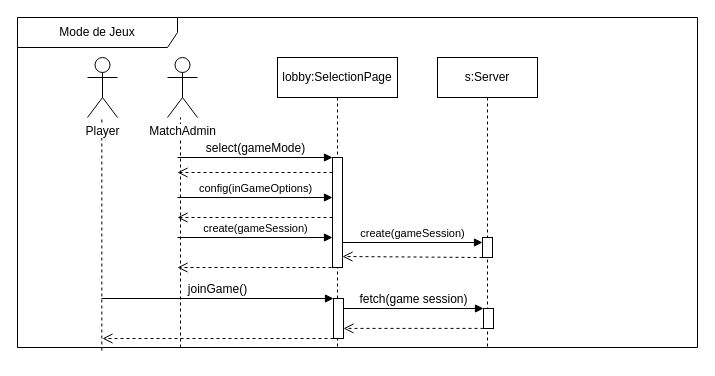
Earlier version of the draw.io diagram page "diagramme_seq_mode" (9 of 10) of doc/diagrammes.drawio (margielamob/Cherches-Trouves-Gagnes). Source tidied: cells renumbered, new cells numbered last; positions are measured from the earlier drawing's top-left corner, leaving out a move shared by most shapes. Both pictures are drawn from the tidied source at 100%, with x=0, y=0 at pixel (17, 17).
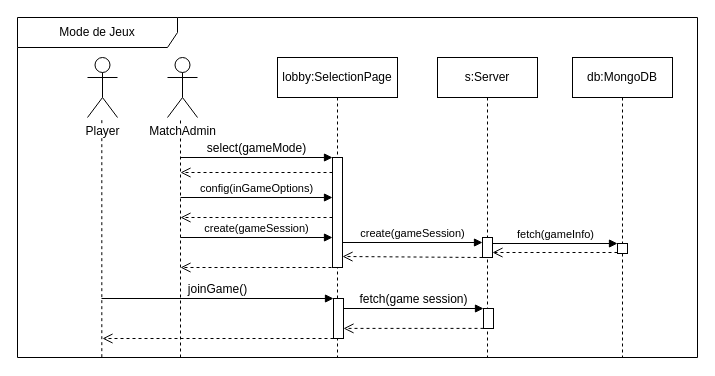
Above is the later version.

The change refers to these unchanged cells:
```xml
<mxCell id="5" style="html=1;points=[[0,0,0,0,5],[0,1,0,0,-5],[1,0,0,0,5],[1,1,0,0,-5]];perimeter=orthogonalPerimeter;outlineConnect=0;targetShapes=umlLifeline;portConstraint=eastwest;newEdgeStyle={&quot;curved&quot;:0,&quot;rounded&quot;:0};strokeColor=default;fontFamily=Helvetica;fontSize=12;fontColor=default;fillColor=default;" parent="4" vertex="1">
  <mxGeometry x="55" y="100" width="10" height="110" as="geometry" />
</mxCell>
<mxCell id="10" style="html=1;points=[[0,0,0,0,5],[0,1,0,0,-5],[1,0,0,0,5],[1,1,0,0,-5]];perimeter=orthogonalPerimeter;outlineConnect=0;targetShapes=umlLifeline;portConstraint=eastwest;newEdgeStyle={&quot;curved&quot;:0,&quot;rounded&quot;:0};" parent="8" vertex="1">
  <mxGeometry x="45" y="180" width="10" height="20" as="geometry" />
</mxCell>
<mxCell id="11" value="MatchAdmin" style="shape=umlActor;verticalLabelPosition=bottom;verticalAlign=top;html=1;labelBackgroundColor=default;" parent="2" vertex="1">
  <mxGeometry x="150" y="40" width="30" height="60" as="geometry" />
</mxCell>
<mxCell id="13" value="Player" style="shape=umlActor;verticalLabelPosition=bottom;verticalAlign=top;html=1;strokeColor=default;fontFamily=Helvetica;fontSize=12;fontColor=default;fillColor=default;labelBackgroundColor=default;" parent="2" vertex="1">
  <mxGeometry x="70" y="40" width="30" height="60" as="geometry" />
</mxCell>
```

Diff of the diagram source:
```diff
@@
     <mxCell id="2" value="Mode de Jeux" style="shape=umlFrame;whiteSpace=wrap;html=1;width=160;" parent="1" vertex="1">
-      <mxGeometry width="680" height="330" as="geometry" />
+      <mxGeometry width="680" height="340" as="geometry" />
     </mxCell>
     <mxCell id="3" style="endArrow=none;dashed=1;html=1;rounded=0;orthogonal=1;" parent="2" edge="1" target="11">
       <mxGeometry relative="1" as="geometry">
-        <mxPoint x="163" y="330" as="sourcePoint" />
+        <mxPoint x="163" y="340" as="sourcePoint" />
       </mxGeometry>
     </mxCell>
     <mxCell id="4" value="lobby:SelectionPage" style="shape=umlLifeline;perimeter=lifelinePerimeter;whiteSpace=wrap;html=1;newEdgeStyle={&quot;edgeStyle&quot;:&quot;elbowEdgeStyle&quot;,&quot;elbow&quot;:&quot;vertical&quot;,&quot;curved&quot;:0,&quot;rounded&quot;:0};" parent="2" vertex="1">
-      <mxGeometry x="260" y="40" width="120" height="290" as="geometry" />
+      <mxGeometry x="260" y="40" width="120" height="300" as="geometry" />
     </mxCell>
@@
     <mxCell id="8" value="s:Server" style="shape=umlLifeline;perimeter=lifelinePerimeter;whiteSpace=wrap;html=1;newEdgeStyle={&quot;edgeStyle&quot;:&quot;elbowEdgeStyle&quot;,&quot;elbow&quot;:&quot;vertical&quot;,&quot;curved&quot;:0,&quot;rounded&quot;:0};" parent="2" vertex="1">
-      <mxGeometry x="420" y="40" width="100" height="290" as="geometry" />
+      <mxGeometry x="420" y="40" width="100" height="300" as="geometry" />
     </mxCell>
@@
-    <mxCell id="12" style="endArrow=none;dashed=1;html=1;rounded=0;labelBackgroundColor=default;strokeColor=default;fontFamily=Helvetica;fontSize=12;fontColor=default;shape=connector;exitX=0.124;exitY=1.009;exitDx=0;exitDy=0;exitPerimeter=0;orthogonal=1;" parent="2" edge="1" source="2" target="13">
+    <mxCell id="12" style="endArrow=none;dashed=1;html=1;rounded=0;labelBackgroundColor=default;strokeColor=default;fontFamily=Helvetica;fontSize=12;fontColor=default;shape=connector;exitX=0.124;exitY=0.999;exitDx=0;exitDy=0;exitPerimeter=0;orthogonal=1;" parent="2" edge="1" source="2" target="13">
       <mxGeometry relative="1" as="geometry" />
     </mxCell>
@@
     <mxCell id="17" style="html=1;verticalAlign=bottom;endArrow=open;dashed=1;endSize=8;curved=0;rounded=0;labelBackgroundColor=default;strokeColor=default;fontFamily=Helvetica;fontSize=12;fontColor=default;shape=connector;" parent="2" edge="1">
       <mxGeometry relative="1" as="geometry">
         <mxPoint x="315" y="155" as="sourcePoint" />
-        <mxPoint x="160" y="155" as="targetPoint" />
+        <mxPoint x="163" y="155" as="targetPoint" />
       </mxGeometry>
     </mxCell>
     <mxCell id="18" value="config(inGameOptions)" style="html=1;verticalAlign=bottom;endArrow=block;curved=0;rounded=0;" parent="2" edge="1" target="5">
       <mxGeometry relative="1" as="geometry">
-        <mxPoint x="160" y="180" as="sourcePoint" />
+        <mxPoint x="163" y="180" as="sourcePoint" />
       </mxGeometry>
     </mxCell>
     <mxCell id="19" style="html=1;verticalAlign=bottom;endArrow=open;dashed=1;endSize=8;curved=0;rounded=0;labelBackgroundColor=default;strokeColor=default;fontFamily=Helvetica;fontSize=12;fontColor=default;shape=connector;" parent="2" edge="1">
       <mxGeometry relative="1" as="geometry">
         <mxPoint x="315" y="200" as="sourcePoint" />
-        <mxPoint x="160" y="200" as="targetPoint" />
+        <mxPoint x="163" y="200" as="targetPoint" />
       </mxGeometry>
     </mxCell>
@@
     <mxCell id="21" value="create(gameSession)" style="html=1;verticalAlign=bottom;endArrow=block;curved=0;rounded=0;" parent="2" edge="1">
       <mxGeometry relative="1" as="geometry">
-        <mxPoint x="160" y="220" as="sourcePoint" />
+        <mxPoint x="163" y="220" as="sourcePoint" />
         <mxPoint x="315" y="220" as="targetPoint" />
       </mxGeometry>
     </mxCell>
@@
     <mxCell id="23" style="html=1;verticalAlign=bottom;endArrow=open;dashed=1;endSize=8;curved=0;rounded=0;exitX=0;exitY=1;exitDx=0;exitDy=-5;" parent="2" edge="1">
       <mxGeometry relative="1" as="geometry">
         <mxPoint x="320" y="250" as="sourcePoint" />
-        <mxPoint x="160" y="250" as="targetPoint" />
+        <mxPoint x="163" y="250" as="targetPoint" />
       </mxGeometry>
     </mxCell>
+    <mxCell id="25" value="db:MongoDB" style="shape=umlLifeline;perimeter=lifelinePerimeter;whiteSpace=wrap;html=1;newEdgeStyle={&quot;edgeStyle&quot;:&quot;elbowEdgeStyle&quot;,&quot;elbow&quot;:&quot;vertical&quot;,&quot;curved&quot;:0,&quot;rounded&quot;:0};" parent="2" vertex="1">
+      <mxGeometry x="555" y="40" width="100" height="300" as="geometry" />
+    </mxCell>
     <mxCell id="24" value="select(gameMode)" style="html=1;verticalAlign=bottom;endArrow=block;curved=0;rounded=0;labelBackgroundColor=default;strokeColor=default;fontFamily=Helvetica;fontSize=12;fontColor=default;shape=connector;" parent="1" edge="1" target="5">
       <mxGeometry relative="1" as="geometry">
-        <mxPoint x="160" y="140" as="sourcePoint" />
+        <mxPoint x="163" y="140" as="sourcePoint" />
       </mxGeometry>
     </mxCell>
+    <mxCell id="26" style="html=1;points=[[0,0,0,0,5],[0,1,0,0,-5],[1,0,0,0,5],[1,1,0,0,-5]];perimeter=orthogonalPerimeter;outlineConnect=0;targetShapes=umlLifeline;portConstraint=eastwest;newEdgeStyle={&quot;curved&quot;:0,&quot;rounded&quot;:0};" parent="1" vertex="1">
+      <mxGeometry x="600" y="226" width="10" height="10" as="geometry" />
+    </mxCell>
+    <mxCell id="27" value="fetch(gameInfo)" style="html=1;verticalAlign=bottom;endArrow=block;curved=0;rounded=0;entryX=0;entryY=0;entryDx=0;entryDy=5;" parent="1" edge="1" source="10">
+      <mxGeometry relative="1" as="geometry">
+        <mxPoint x="600" y="226" as="targetPoint" />
+      </mxGeometry>
+    </mxCell>
+    <mxCell id="28" style="html=1;verticalAlign=bottom;endArrow=open;dashed=1;endSize=8;curved=0;rounded=0;entryX=1;entryY=1;entryDx=0;entryDy=-5;entryPerimeter=0;" parent="1" edge="1" source="26" target="10">
+      <mxGeometry relative="1" as="geometry" />
+    </mxCell>
```
